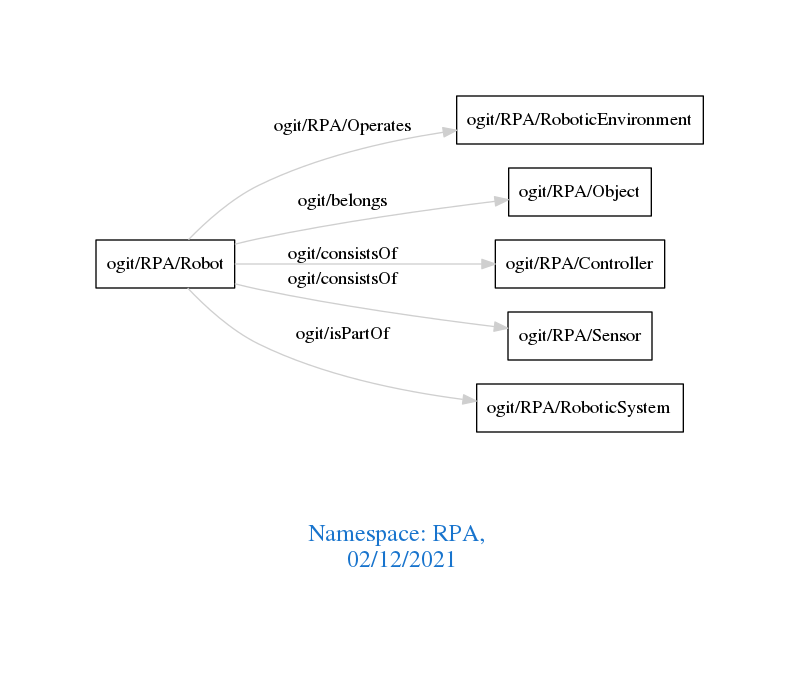
Above: downloads/RPA.png in arago/OGIT (Graphviz), before the change. Its source is kept beside it as downloads/RPA.dot.
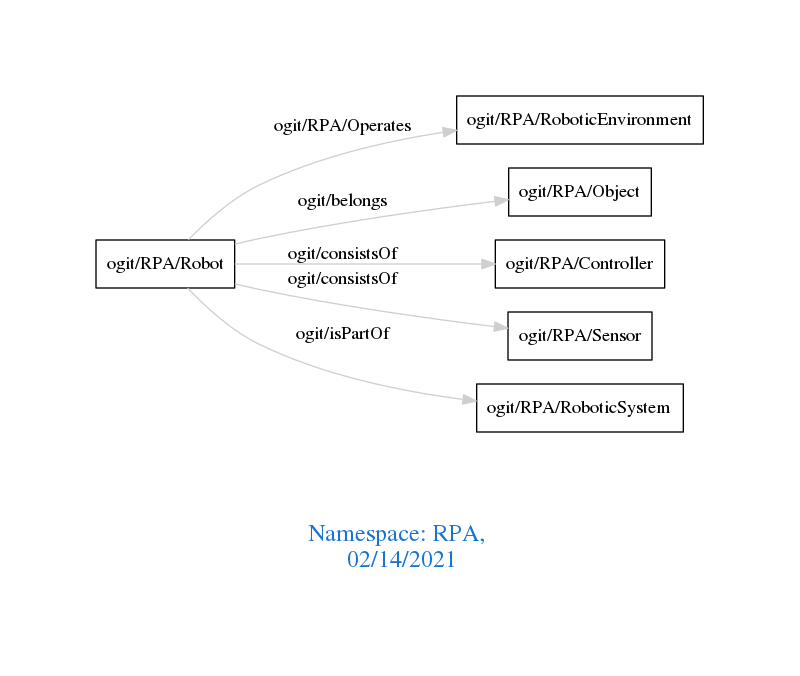
The same file after the commit.

The edit, as a diff of the source:
```diff
@@ -1,7 +1,7 @@
 digraph OGIT_ontology {
  graph [ rankdir= LR,pad=1
 fontsize = 18,
-fontcolor= dodgerblue3,label = "\n\n\nNamespace: RPA, \n 02/12/2021"];
+fontcolor= dodgerblue3,label = "\n\n\nNamespace: RPA, \n 02/14/2021"];
 node[shape=polygon];
 edge [  color="gray81"];
 
```
